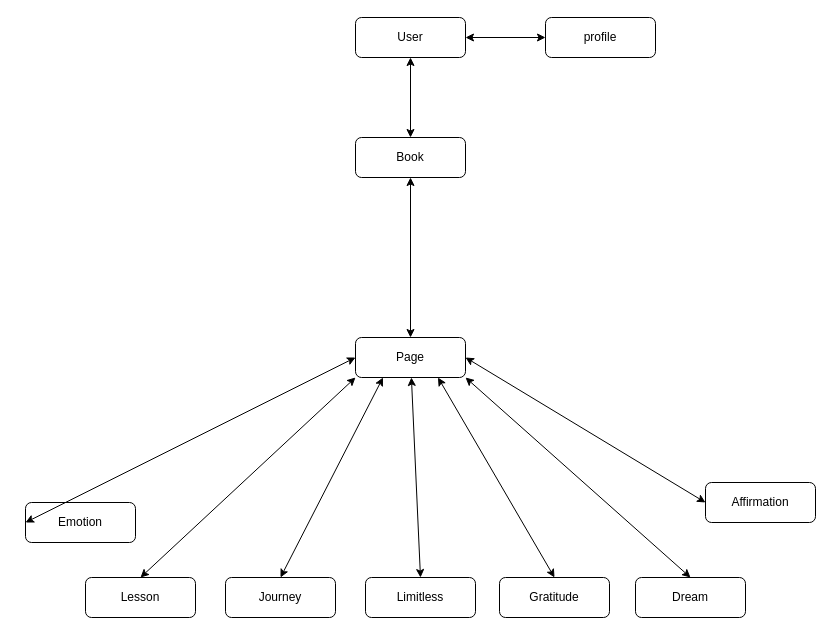
mwilder2/diarydawn-backend keeps this draw.io diagram as Untitled Diagram.drawio. Above is the earlier version. Source tidied: cells renumbered, new cells numbered last; positions are measured from the earlier drawing's top-left corner, leaving out a move shared by most shapes. Both pictures are drawn from the tidied source at 100%, with x=0, y=0 at pixel (25, 17).
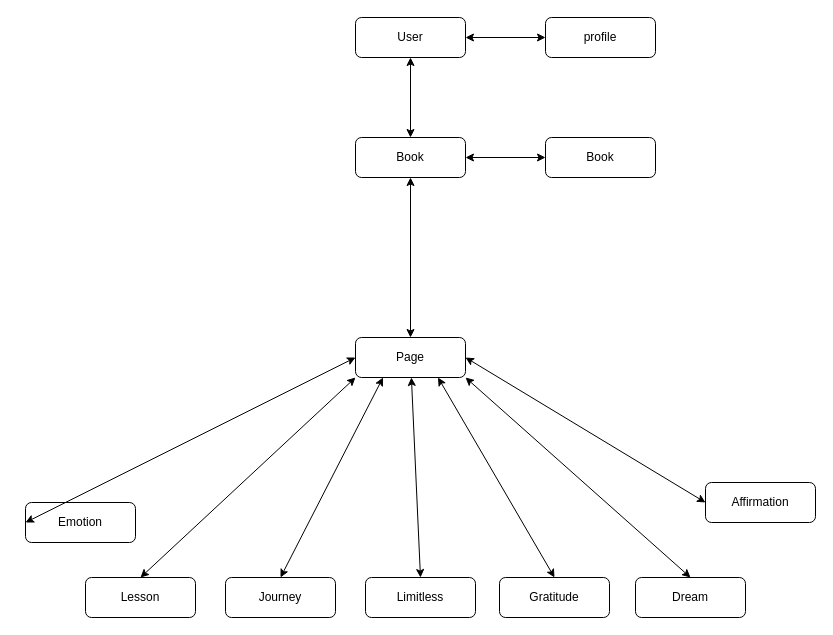
The same page after the edit.

Unchanged cells that the change refers to:
```xml
<mxCell id="5" value="Book" style="rounded=1;whiteSpace=wrap;html=1;fontSize=12;glass=0;strokeWidth=1;shadow=0;" parent="1" vertex="1">
  <mxGeometry x="330" y="120" width="110" height="40" as="geometry" />
</mxCell>
```

Diff of the diagram source:
```diff
@@
+    <mxCell id="23" value="Book" style="rounded=1;whiteSpace=wrap;html=1;fontSize=12;glass=0;strokeWidth=1;shadow=0;" parent="1" vertex="1">
+      <mxGeometry x="520" y="120" width="110" height="40" as="geometry" />
+    </mxCell>
+    <mxCell id="24" style="endArrow=classic;startArrow=classic;html=1;rounded=0;entryX=0;entryY=0.5;entryDx=0;entryDy=0;exitX=1;exitY=0.5;exitDx=0;exitDy=0;" parent="1" edge="1" source="5" target="23">
+      <mxGeometry relative="1" as="geometry" />
+    </mxCell>
```
